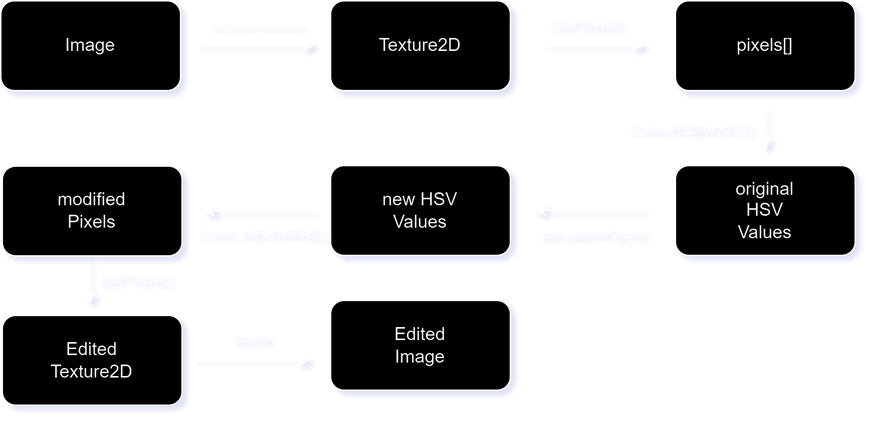
aniketrajnish/aniketrajnish.github.io keeps this draw.io diagram as assets/images/prev/Saturation_Diagram.png. Above is the earlier version. Source tidied: cells renumbered, new cells last; positions are measured from the earlier drawing's top-left corner, leaving out a move shared by most shapes. The source it was exported from:
```xml
<mxGraphModel>
  <root>
    <mxCell id="0" />
    <mxCell id="1" parent="0" />
    <mxCell id="2" style="rounded=1;whiteSpace=wrap;html=1;" parent="1" vertex="1">
      <mxGeometry width="120" height="60" as="geometry" />
    </mxCell>
    <mxCell id="3" style="endArrow=classic;html=1;rounded=0;" parent="1" edge="1">
      <mxGeometry relative="1" as="geometry">
        <mxPoint x="130" y="29.5" as="sourcePoint" />
        <mxPoint x="210" y="29.5" as="targetPoint" />
      </mxGeometry>
    </mxCell>
    <mxCell id="4" value="Image" style="text;strokeColor=none;align=center;fillColor=none;html=1;verticalAlign=middle;whiteSpace=wrap;rounded=0;" parent="1" vertex="1">
      <mxGeometry x="30" y="15" width="60" height="30" as="geometry" />
    </mxCell>
    <mxCell id="5" style="rounded=1;whiteSpace=wrap;html=1;" parent="1" vertex="1">
      <mxGeometry x="220" width="120" height="60" as="geometry" />
    </mxCell>
    <mxCell id="6" style="endArrow=classic;html=1;rounded=0;exitX=0;exitY=0.983;exitDx=0;exitDy=0;exitPerimeter=0;" parent="1" edge="1" source="12">
      <mxGeometry relative="1" as="geometry">
        <mxPoint x="430" y="29.5" as="targetPoint" />
      </mxGeometry>
    </mxCell>
    <mxCell id="7" value="Texture2D" style="text;strokeColor=none;align=center;fillColor=none;html=1;verticalAlign=middle;whiteSpace=wrap;rounded=0;" parent="1" vertex="1">
      <mxGeometry x="250" y="15" width="60" height="30" as="geometry" />
    </mxCell>
    <mxCell id="8" style="rounded=1;whiteSpace=wrap;html=1;" parent="1" vertex="1">
      <mxGeometry x="450" width="120" height="60" as="geometry" />
    </mxCell>
    <mxCell id="9" style="endArrow=classic;html=1;rounded=0;" parent="1" edge="1">
      <mxGeometry relative="1" as="geometry">
        <mxPoint x="509.6" y="70" as="sourcePoint" />
        <mxPoint x="510.1" y="100" as="targetPoint" />
      </mxGeometry>
    </mxCell>
    <mxCell id="10" value="pixels[]" style="text;strokeColor=none;align=center;fillColor=none;html=1;verticalAlign=middle;whiteSpace=wrap;rounded=0;" parent="1" vertex="1">
      <mxGeometry x="480" y="15" width="60" height="30" as="geometry" />
    </mxCell>
    <mxCell id="11" value="&lt;font style=&quot;font-size: 6px;&quot;&gt;GetTextureFromImage()&lt;/font&gt;" style="text;strokeColor=none;align=center;fillColor=none;html=1;verticalAlign=middle;whiteSpace=wrap;rounded=0;" parent="1" vertex="1">
      <mxGeometry x="140" width="60" height="30" as="geometry" />
    </mxCell>
    <mxCell id="12" value="&lt;font style=&quot;font-size: 10px;&quot;&gt;GetPixels()&lt;/font&gt;" style="text;strokeColor=none;align=center;fillColor=none;html=1;verticalAlign=middle;whiteSpace=wrap;rounded=0;" parent="1" vertex="1">
      <mxGeometry x="360" width="60" height="30" as="geometry" />
    </mxCell>
    <mxCell id="13" value="&lt;font style=&quot;font-size: 10px;&quot;&gt;Color.RGBtoHSV()&lt;/font&gt;" style="text;strokeColor=none;align=center;fillColor=none;html=1;verticalAlign=middle;whiteSpace=wrap;rounded=0;" parent="1" vertex="1">
      <mxGeometry x="430" y="70" width="60" height="30" as="geometry" />
    </mxCell>
    <mxCell id="14" style="rounded=1;whiteSpace=wrap;html=1;" parent="1" vertex="1">
      <mxGeometry x="450" y="110" width="120" height="60" as="geometry" />
    </mxCell>
    <mxCell id="15" value="original HSV Values" style="text;strokeColor=none;align=center;fillColor=none;html=1;verticalAlign=middle;whiteSpace=wrap;rounded=0;" parent="1" vertex="1">
      <mxGeometry x="480" y="125" width="60" height="30" as="geometry" />
    </mxCell>
    <mxCell id="16" style="endArrow=classic;html=1;rounded=0;exitX=0;exitY=0.983;exitDx=0;exitDy=0;exitPerimeter=0;" parent="1" edge="1">
      <mxGeometry relative="1" as="geometry">
        <mxPoint x="430" y="139.7" as="sourcePoint" />
        <mxPoint x="355" y="139.7" as="targetPoint" />
      </mxGeometry>
    </mxCell>
    <mxCell id="17" value="&lt;font style=&quot;font-size: 10px;&quot;&gt;saturationFactor&lt;/font&gt;" style="text;strokeColor=none;align=center;fillColor=none;html=1;verticalAlign=middle;whiteSpace=wrap;rounded=0;" parent="1" vertex="1">
      <mxGeometry x="365" y="140" width="60" height="30" as="geometry" />
    </mxCell>
    <mxCell id="18" style="rounded=1;whiteSpace=wrap;html=1;" parent="1" vertex="1">
      <mxGeometry x="220" y="110" width="120" height="60" as="geometry" />
    </mxCell>
    <mxCell id="19" value="new HSV&lt;br&gt;Values" style="text;strokeColor=none;align=center;fillColor=none;html=1;verticalAlign=middle;whiteSpace=wrap;rounded=0;" parent="1" vertex="1">
      <mxGeometry x="250" y="125" width="60" height="30" as="geometry" />
    </mxCell>
    <mxCell id="20" style="edgeStyle=orthogonalEdgeStyle;rounded=0;orthogonalLoop=1;jettySize=auto;html=1;exitX=0.5;exitY=1;exitDx=0;exitDy=0;" parent="1" edge="1" source="17" target="17">
      <mxGeometry relative="1" as="geometry" />
    </mxCell>
    <mxCell id="21" style="endArrow=classic;html=1;rounded=0;exitX=0;exitY=0.983;exitDx=0;exitDy=0;exitPerimeter=0;" parent="1" edge="1">
      <mxGeometry relative="1" as="geometry">
        <mxPoint x="209" y="140" as="sourcePoint" />
        <mxPoint x="134" y="140" as="targetPoint" />
      </mxGeometry>
    </mxCell>
    <mxCell id="22" value="&lt;span style=&quot;font-size: 10px;&quot;&gt;Color..HSVtoRGB()&lt;/span&gt;" style="text;strokeColor=none;align=center;fillColor=none;html=1;verticalAlign=middle;whiteSpace=wrap;rounded=0;" parent="1" vertex="1">
      <mxGeometry x="144" y="140.3" width="60" height="30" as="geometry" />
    </mxCell>
    <mxCell id="23" style="edgeStyle=orthogonalEdgeStyle;rounded=0;orthogonalLoop=1;jettySize=auto;html=1;exitX=0.5;exitY=1;exitDx=0;exitDy=0;" parent="1" edge="1" source="22" target="22">
      <mxGeometry relative="1" as="geometry" />
    </mxCell>
    <mxCell id="24" style="rounded=1;whiteSpace=wrap;html=1;" parent="1" vertex="1">
      <mxGeometry x="1" y="110.3" width="120" height="60" as="geometry" />
    </mxCell>
    <mxCell id="25" value="modified Pixels" style="text;strokeColor=none;align=center;fillColor=none;html=1;verticalAlign=middle;whiteSpace=wrap;rounded=0;" parent="1" vertex="1">
      <mxGeometry x="31" y="125.3" width="60" height="30" as="geometry" />
    </mxCell>
    <mxCell id="26" style="endArrow=classic;html=1;rounded=0;" parent="1" edge="1">
      <mxGeometry relative="1" as="geometry">
        <mxPoint x="58.8" y="173" as="sourcePoint" />
        <mxPoint x="59.3" y="203" as="targetPoint" />
      </mxGeometry>
    </mxCell>
    <mxCell id="27" value="&lt;font style=&quot;font-size: 10px;&quot;&gt;SetPixels()&lt;/font&gt;" style="text;strokeColor=none;align=center;fillColor=none;html=1;verticalAlign=middle;whiteSpace=wrap;rounded=0;" parent="1" vertex="1">
      <mxGeometry x="59" y="170" width="60" height="30" as="geometry" />
    </mxCell>
    <mxCell id="28" style="rounded=1;whiteSpace=wrap;html=1;" parent="1" vertex="1">
      <mxGeometry x="1" y="210" width="120" height="60" as="geometry" />
    </mxCell>
    <mxCell id="29" value="Edited Texture2D" style="text;strokeColor=none;align=center;fillColor=none;html=1;verticalAlign=middle;whiteSpace=wrap;rounded=0;" parent="1" vertex="1">
      <mxGeometry x="31" y="225" width="60" height="30" as="geometry" />
    </mxCell>
    <mxCell id="30" style="endArrow=classic;html=1;rounded=0;" parent="1" edge="1">
      <mxGeometry relative="1" as="geometry">
        <mxPoint x="127" y="239.5" as="sourcePoint" />
        <mxPoint x="207" y="239.5" as="targetPoint" />
      </mxGeometry>
    </mxCell>
    <mxCell id="31" value="&lt;font style=&quot;font-size: 10px;&quot;&gt;Sprite&lt;/font&gt;" style="text;strokeColor=none;align=center;fillColor=none;html=1;verticalAlign=middle;whiteSpace=wrap;rounded=0;" parent="1" vertex="1">
      <mxGeometry x="137" y="210" width="60" height="30" as="geometry" />
    </mxCell>
    <mxCell id="32" style="rounded=1;whiteSpace=wrap;html=1;" parent="1" vertex="1">
      <mxGeometry x="220" y="200" width="120" height="60" as="geometry" />
    </mxCell>
    <mxCell id="33" value="Edited Image" style="text;strokeColor=none;align=center;fillColor=none;html=1;verticalAlign=middle;whiteSpace=wrap;rounded=0;" parent="1" vertex="1">
      <mxGeometry x="250" y="215" width="60" height="30" as="geometry" />
    </mxCell>
  </root>
</mxGraphModel>
```
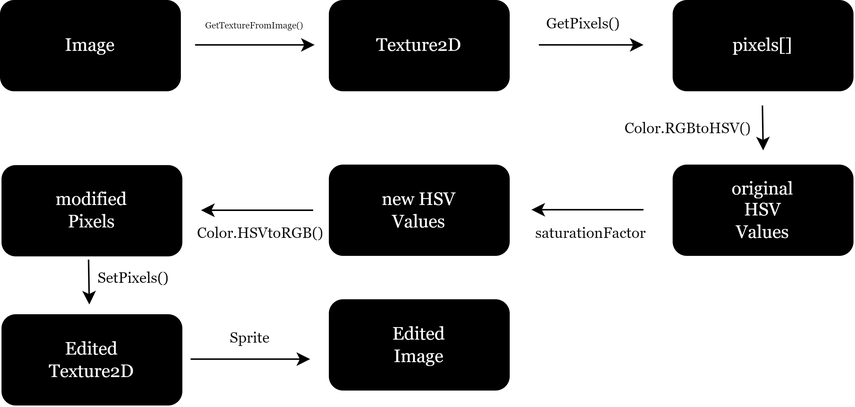
Later version of the same file.

What changed in the source:
```diff
@@ -2,120 +2,120 @@
   <root>
     <mxCell id="0" />
     <mxCell id="1" parent="0" />
-    <mxCell id="2" style="rounded=1;whiteSpace=wrap;html=1;" parent="1" vertex="1">
+    <mxCell id="2" style="rounded=1;whiteSpace=wrap;html=1;fillColor=#000000;fontFamily=Georgia;" parent="1" vertex="1">
       <mxGeometry width="120" height="60" as="geometry" />
     </mxCell>
-    <mxCell id="3" style="endArrow=classic;html=1;rounded=0;" parent="1" edge="1">
+    <mxCell id="3" style="endArrow=classic;html=1;rounded=0;fontFamily=Georgia;" parent="1" edge="1">
       <mxGeometry relative="1" as="geometry">
         <mxPoint x="130" y="29.5" as="sourcePoint" />
         <mxPoint x="210" y="29.5" as="targetPoint" />
       </mxGeometry>
     </mxCell>
-    <mxCell id="4" value="Image" style="text;strokeColor=none;align=center;fillColor=none;html=1;verticalAlign=middle;whiteSpace=wrap;rounded=0;" parent="1" vertex="1">
+    <mxCell id="4" value="Image" style="text;strokeColor=none;align=center;fillColor=none;html=1;verticalAlign=middle;whiteSpace=wrap;rounded=0;fontColor=#FFFFFF;fontFamily=Georgia;" parent="1" vertex="1">
       <mxGeometry x="30" y="15" width="60" height="30" as="geometry" />
     </mxCell>
-    <mxCell id="5" style="rounded=1;whiteSpace=wrap;html=1;" parent="1" vertex="1">
+    <mxCell id="5" style="rounded=1;whiteSpace=wrap;html=1;fillColor=#000000;fontFamily=Georgia;" parent="1" vertex="1">
       <mxGeometry x="220" width="120" height="60" as="geometry" />
     </mxCell>
-    <mxCell id="6" style="endArrow=classic;html=1;rounded=0;exitX=0;exitY=0.983;exitDx=0;exitDy=0;exitPerimeter=0;" parent="1" edge="1" source="12">
+    <mxCell id="6" style="endArrow=classic;html=1;rounded=0;exitX=0;exitY=0.983;exitDx=0;exitDy=0;exitPerimeter=0;fontFamily=Georgia;" parent="1" edge="1" source="12">
       <mxGeometry relative="1" as="geometry">
         <mxPoint x="430" y="29.5" as="targetPoint" />
       </mxGeometry>
     </mxCell>
-    <mxCell id="7" value="Texture2D" style="text;strokeColor=none;align=center;fillColor=none;html=1;verticalAlign=middle;whiteSpace=wrap;rounded=0;" parent="1" vertex="1">
+    <mxCell id="7" value="Texture2D" style="text;strokeColor=none;align=center;fillColor=none;html=1;verticalAlign=middle;whiteSpace=wrap;rounded=0;fontColor=#FFFFFF;fontFamily=Georgia;" parent="1" vertex="1">
       <mxGeometry x="250" y="15" width="60" height="30" as="geometry" />
     </mxCell>
-    <mxCell id="8" style="rounded=1;whiteSpace=wrap;html=1;" parent="1" vertex="1">
+    <mxCell id="8" style="rounded=1;whiteSpace=wrap;html=1;fillColor=#000000;fontFamily=Georgia;" parent="1" vertex="1">
       <mxGeometry x="450" width="120" height="60" as="geometry" />
     </mxCell>
-    <mxCell id="9" style="endArrow=classic;html=1;rounded=0;" parent="1" edge="1">
+    <mxCell id="9" style="endArrow=classic;html=1;rounded=0;fontFamily=Georgia;" parent="1" edge="1">
       <mxGeometry relative="1" as="geometry">
         <mxPoint x="509.6" y="70" as="sourcePoint" />
         <mxPoint x="510.1" y="100" as="targetPoint" />
       </mxGeometry>
     </mxCell>
-    <mxCell id="10" value="pixels[]" style="text;strokeColor=none;align=center;fillColor=none;html=1;verticalAlign=middle;whiteSpace=wrap;rounded=0;" parent="1" vertex="1">
+    <mxCell id="10" value="pixels[]" style="text;strokeColor=none;align=center;fillColor=none;html=1;verticalAlign=middle;whiteSpace=wrap;rounded=0;fontColor=#FFFFFF;fontFamily=Georgia;" parent="1" vertex="1">
       <mxGeometry x="480" y="15" width="60" height="30" as="geometry" />
     </mxCell>
-    <mxCell id="11" value="&lt;font style=&quot;font-size: 6px;&quot;&gt;GetTextureFromImage()&lt;/font&gt;" style="text;strokeColor=none;align=center;fillColor=none;html=1;verticalAlign=middle;whiteSpace=wrap;rounded=0;" parent="1" vertex="1">
+    <mxCell id="11" value="&lt;font style=&quot;font-size: 6px;&quot;&gt;GetTextureFromImage()&lt;/font&gt;" style="text;strokeColor=none;align=center;fillColor=none;html=1;verticalAlign=middle;whiteSpace=wrap;rounded=0;fontColor=#0A0A0A;fontFamily=Georgia;" parent="1" vertex="1">
       <mxGeometry x="140" width="60" height="30" as="geometry" />
     </mxCell>
-    <mxCell id="12" value="&lt;font style=&quot;font-size: 10px;&quot;&gt;GetPixels()&lt;/font&gt;" style="text;strokeColor=none;align=center;fillColor=none;html=1;verticalAlign=middle;whiteSpace=wrap;rounded=0;" parent="1" vertex="1">
+    <mxCell id="12" value="&lt;font style=&quot;font-size: 10px;&quot;&gt;GetPixels()&lt;/font&gt;" style="text;strokeColor=none;align=center;fillColor=none;html=1;verticalAlign=middle;whiteSpace=wrap;rounded=0;fontColor=#0A0A0A;fontFamily=Georgia;" parent="1" vertex="1">
       <mxGeometry x="360" width="60" height="30" as="geometry" />
     </mxCell>
-    <mxCell id="13" value="&lt;font style=&quot;font-size: 10px;&quot;&gt;Color.RGBtoHSV()&lt;/font&gt;" style="text;strokeColor=none;align=center;fillColor=none;html=1;verticalAlign=middle;whiteSpace=wrap;rounded=0;" parent="1" vertex="1">
+    <mxCell id="13" value="&lt;font style=&quot;font-size: 10px;&quot;&gt;Color.RGBtoHSV()&lt;/font&gt;" style="text;strokeColor=none;align=center;fillColor=none;html=1;verticalAlign=middle;whiteSpace=wrap;rounded=0;fontColor=#0A0A0A;fontFamily=Georgia;" parent="1" vertex="1">
       <mxGeometry x="430" y="70" width="60" height="30" as="geometry" />
     </mxCell>
-    <mxCell id="14" style="rounded=1;whiteSpace=wrap;html=1;" parent="1" vertex="1">
+    <mxCell id="14" style="rounded=1;whiteSpace=wrap;html=1;fillColor=#000000;fontFamily=Georgia;" parent="1" vertex="1">
       <mxGeometry x="450" y="110" width="120" height="60" as="geometry" />
     </mxCell>
-    <mxCell id="15" value="original HSV Values" style="text;strokeColor=none;align=center;fillColor=none;html=1;verticalAlign=middle;whiteSpace=wrap;rounded=0;" parent="1" vertex="1">
+    <mxCell id="15" value="original HSV Values" style="text;strokeColor=none;align=center;fillColor=none;html=1;verticalAlign=middle;whiteSpace=wrap;rounded=0;fontColor=#FFFFFF;fontFamily=Georgia;" parent="1" vertex="1">
       <mxGeometry x="480" y="125" width="60" height="30" as="geometry" />
     </mxCell>
-    <mxCell id="16" style="endArrow=classic;html=1;rounded=0;exitX=0;exitY=0.983;exitDx=0;exitDy=0;exitPerimeter=0;" parent="1" edge="1">
+    <mxCell id="16" style="endArrow=classic;html=1;rounded=0;exitX=0;exitY=0.983;exitDx=0;exitDy=0;exitPerimeter=0;fontFamily=Georgia;" parent="1" edge="1">
       <mxGeometry relative="1" as="geometry">
         <mxPoint x="430" y="139.7" as="sourcePoint" />
         <mxPoint x="355" y="139.7" as="targetPoint" />
       </mxGeometry>
     </mxCell>
-    <mxCell id="17" value="&lt;font style=&quot;font-size: 10px;&quot;&gt;saturationFactor&lt;/font&gt;" style="text;strokeColor=none;align=center;fillColor=none;html=1;verticalAlign=middle;whiteSpace=wrap;rounded=0;" parent="1" vertex="1">
+    <mxCell id="17" value="&lt;font style=&quot;font-size: 10px;&quot;&gt;saturationFactor&lt;/font&gt;" style="text;strokeColor=none;align=center;fillColor=none;html=1;verticalAlign=middle;whiteSpace=wrap;rounded=0;fontColor=#0A0A0A;fontFamily=Georgia;" parent="1" vertex="1">
       <mxGeometry x="365" y="140" width="60" height="30" as="geometry" />
     </mxCell>
-    <mxCell id="18" style="rounded=1;whiteSpace=wrap;html=1;" parent="1" vertex="1">
+    <mxCell id="18" style="rounded=1;whiteSpace=wrap;html=1;fillColor=#000000;fontFamily=Georgia;" parent="1" vertex="1">
       <mxGeometry x="220" y="110" width="120" height="60" as="geometry" />
     </mxCell>
-    <mxCell id="19" value="new HSV&lt;br&gt;Values" style="text;strokeColor=none;align=center;fillColor=none;html=1;verticalAlign=middle;whiteSpace=wrap;rounded=0;" parent="1" vertex="1">
+    <mxCell id="19" value="new HSV&lt;br&gt;Values" style="text;strokeColor=none;align=center;fillColor=none;html=1;verticalAlign=middle;whiteSpace=wrap;rounded=0;fontColor=#FFFFFF;fontFamily=Georgia;" parent="1" vertex="1">
       <mxGeometry x="250" y="125" width="60" height="30" as="geometry" />
     </mxCell>
-    <mxCell id="20" style="edgeStyle=orthogonalEdgeStyle;rounded=0;orthogonalLoop=1;jettySize=auto;html=1;exitX=0.5;exitY=1;exitDx=0;exitDy=0;" parent="1" edge="1" source="17" target="17">
+    <mxCell id="20" style="edgeStyle=orthogonalEdgeStyle;rounded=0;orthogonalLoop=1;jettySize=auto;html=1;exitX=0.5;exitY=1;exitDx=0;exitDy=0;fontFamily=Georgia;" parent="1" edge="1" source="17" target="17">
       <mxGeometry relative="1" as="geometry" />
     </mxCell>
-    <mxCell id="21" style="endArrow=classic;html=1;rounded=0;exitX=0;exitY=0.983;exitDx=0;exitDy=0;exitPerimeter=0;" parent="1" edge="1">
+    <mxCell id="21" style="endArrow=classic;html=1;rounded=0;exitX=0;exitY=0.983;exitDx=0;exitDy=0;exitPerimeter=0;fontFamily=Georgia;" parent="1" edge="1">
       <mxGeometry relative="1" as="geometry">
         <mxPoint x="209" y="140" as="sourcePoint" />
         <mxPoint x="134" y="140" as="targetPoint" />
       </mxGeometry>
     </mxCell>
-    <mxCell id="22" value="&lt;span style=&quot;font-size: 10px;&quot;&gt;Color..HSVtoRGB()&lt;/span&gt;" style="text;strokeColor=none;align=center;fillColor=none;html=1;verticalAlign=middle;whiteSpace=wrap;rounded=0;" parent="1" vertex="1">
+    <mxCell id="22" value="&lt;span style=&quot;font-size: 10px;&quot;&gt;Color.HSVtoRGB()&lt;/span&gt;" style="text;strokeColor=none;align=center;fillColor=none;html=1;verticalAlign=middle;whiteSpace=wrap;rounded=0;fontColor=#0A0A0A;fontFamily=Georgia;" parent="1" vertex="1">
       <mxGeometry x="144" y="140.3" width="60" height="30" as="geometry" />
     </mxCell>
-    <mxCell id="23" style="edgeStyle=orthogonalEdgeStyle;rounded=0;orthogonalLoop=1;jettySize=auto;html=1;exitX=0.5;exitY=1;exitDx=0;exitDy=0;" parent="1" edge="1" source="22" target="22">
+    <mxCell id="23" style="edgeStyle=orthogonalEdgeStyle;rounded=0;orthogonalLoop=1;jettySize=auto;html=1;exitX=0.5;exitY=1;exitDx=0;exitDy=0;fontFamily=Georgia;" parent="1" edge="1" source="22" target="22">
       <mxGeometry relative="1" as="geometry" />
     </mxCell>
-    <mxCell id="24" style="rounded=1;whiteSpace=wrap;html=1;" parent="1" vertex="1">
+    <mxCell id="24" style="rounded=1;whiteSpace=wrap;html=1;fillColor=#000000;fontFamily=Georgia;" parent="1" vertex="1">
       <mxGeometry x="1" y="110.3" width="120" height="60" as="geometry" />
     </mxCell>
-    <mxCell id="25" value="modified Pixels" style="text;strokeColor=none;align=center;fillColor=none;html=1;verticalAlign=middle;whiteSpace=wrap;rounded=0;" parent="1" vertex="1">
+    <mxCell id="25" value="modified Pixels" style="text;strokeColor=none;align=center;fillColor=none;html=1;verticalAlign=middle;whiteSpace=wrap;rounded=0;fontColor=#FFFFFF;fontFamily=Georgia;" parent="1" vertex="1">
       <mxGeometry x="31" y="125.3" width="60" height="30" as="geometry" />
     </mxCell>
-    <mxCell id="26" style="endArrow=classic;html=1;rounded=0;" parent="1" edge="1">
+    <mxCell id="26" style="endArrow=classic;html=1;rounded=0;fontFamily=Georgia;" parent="1" edge="1">
       <mxGeometry relative="1" as="geometry">
         <mxPoint x="58.8" y="173" as="sourcePoint" />
         <mxPoint x="59.3" y="203" as="targetPoint" />
       </mxGeometry>
     </mxCell>
-    <mxCell id="27" value="&lt;font style=&quot;font-size: 10px;&quot;&gt;SetPixels()&lt;/font&gt;" style="text;strokeColor=none;align=center;fillColor=none;html=1;verticalAlign=middle;whiteSpace=wrap;rounded=0;" parent="1" vertex="1">
+    <mxCell id="27" value="&lt;font style=&quot;font-size: 10px;&quot;&gt;SetPixels()&lt;/font&gt;" style="text;strokeColor=none;align=center;fillColor=none;html=1;verticalAlign=middle;whiteSpace=wrap;rounded=0;fontColor=#000000;fontFamily=Georgia;" parent="1" vertex="1">
       <mxGeometry x="59" y="170" width="60" height="30" as="geometry" />
     </mxCell>
-    <mxCell id="28" style="rounded=1;whiteSpace=wrap;html=1;" parent="1" vertex="1">
+    <mxCell id="28" style="rounded=1;whiteSpace=wrap;html=1;fillColor=#000000;fontFamily=Georgia;" parent="1" vertex="1">
       <mxGeometry x="1" y="210" width="120" height="60" as="geometry" />
     </mxCell>
-    <mxCell id="29" value="Edited Texture2D" style="text;strokeColor=none;align=center;fillColor=none;html=1;verticalAlign=middle;whiteSpace=wrap;rounded=0;" parent="1" vertex="1">
+    <mxCell id="29" value="Edited Texture2D" style="text;strokeColor=none;align=center;fillColor=none;html=1;verticalAlign=middle;whiteSpace=wrap;rounded=0;fontColor=#FFFFFF;fontFamily=Georgia;" parent="1" vertex="1">
       <mxGeometry x="31" y="225" width="60" height="30" as="geometry" />
     </mxCell>
-    <mxCell id="30" style="endArrow=classic;html=1;rounded=0;" parent="1" edge="1">
+    <mxCell id="30" style="endArrow=classic;html=1;rounded=0;fontFamily=Georgia;" parent="1" edge="1">
       <mxGeometry relative="1" as="geometry">
         <mxPoint x="127" y="239.5" as="sourcePoint" />
         <mxPoint x="207" y="239.5" as="targetPoint" />
       </mxGeometry>
     </mxCell>
-    <mxCell id="31" value="&lt;font style=&quot;font-size: 10px;&quot;&gt;Sprite&lt;/font&gt;" style="text;strokeColor=none;align=center;fillColor=none;html=1;verticalAlign=middle;whiteSpace=wrap;rounded=0;" parent="1" vertex="1">
+    <mxCell id="31" value="&lt;font style=&quot;font-size: 10px;&quot;&gt;Sprite&lt;/font&gt;" style="text;strokeColor=none;align=center;fillColor=none;html=1;verticalAlign=middle;whiteSpace=wrap;rounded=0;fontColor=#0A0A0A;fontFamily=Georgia;" parent="1" vertex="1">
       <mxGeometry x="137" y="210" width="60" height="30" as="geometry" />
     </mxCell>
-    <mxCell id="32" style="rounded=1;whiteSpace=wrap;html=1;" parent="1" vertex="1">
+    <mxCell id="32" style="rounded=1;whiteSpace=wrap;html=1;fillColor=#000000;fontFamily=Georgia;" parent="1" vertex="1">
       <mxGeometry x="220" y="200" width="120" height="60" as="geometry" />
     </mxCell>
-    <mxCell id="33" value="Edited Image" style="text;strokeColor=none;align=center;fillColor=none;html=1;verticalAlign=middle;whiteSpace=wrap;rounded=0;" parent="1" vertex="1">
+    <mxCell id="33" value="Edited Image" style="text;strokeColor=none;align=center;fillColor=none;html=1;verticalAlign=middle;whiteSpace=wrap;rounded=0;fontColor=#FFFFFF;fontFamily=Georgia;" parent="1" vertex="1">
       <mxGeometry x="250" y="215" width="60" height="30" as="geometry" />
     </mxCell>
   </root>
```
